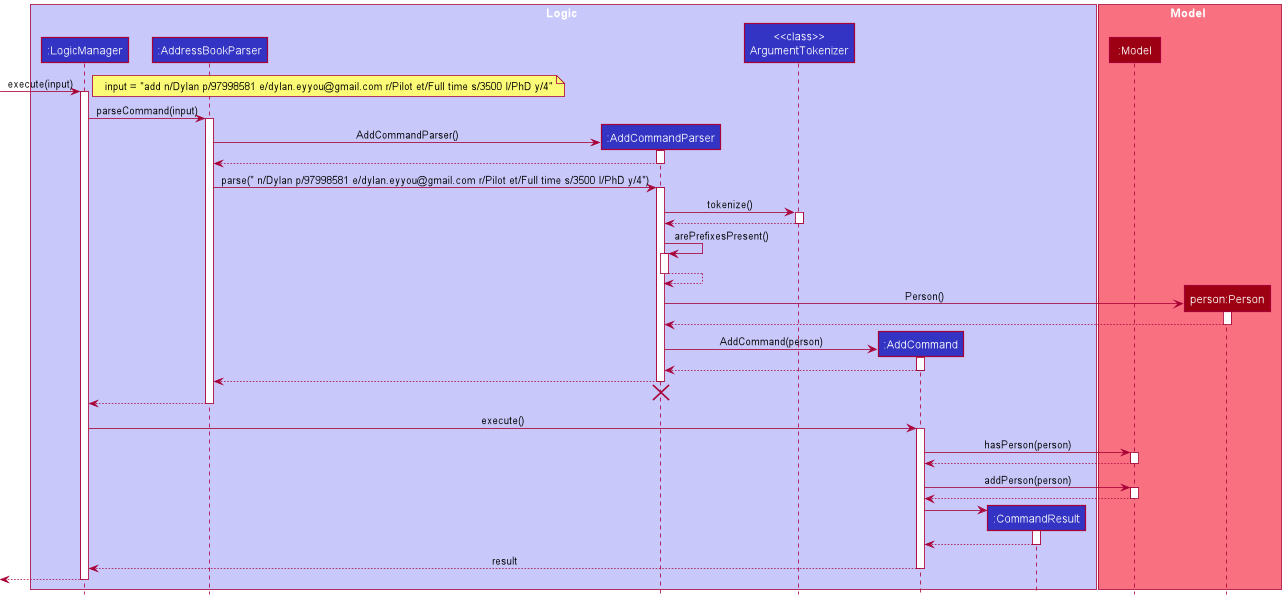
Before: docs/images/AddCommandSequenceDiagram.png, a diagram exported from PlantUML (nus-cs2103-AY2122S1/tp).
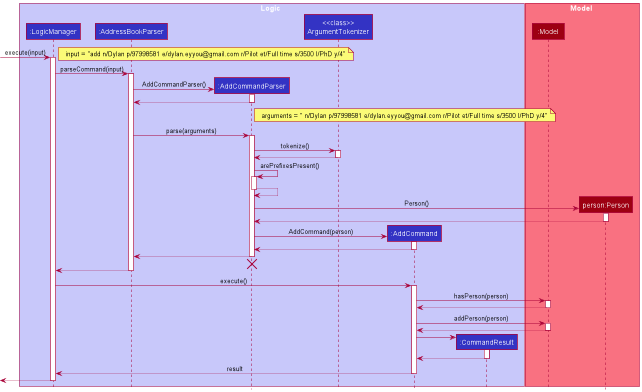
After the change.

Commit message:
Edit AddCommandSequenceDiagram UML

Diff of the diagram source:
```diff
@@ -29,7 +29,10 @@
 AddCommandParser --> AddressBookParser
 deactivate AddCommandParser
 
-AddressBookParser -> AddCommandParser : parse(" n/Dylan p/97998581 e/dylan.eyyou@gmail.com r/Pilot et/Full time s/3500 l/PhD y/4")
+AddCommandParser -[hidden]-> AddressBookParser: BUFFER_MESSAGE
+note right: arguments = " n/Dylan p/97998581 e/dylan.eyyou@gmail.com r/Pilot et/Full time s/3500 l/PhD y/4"
+
+AddressBookParser -> AddCommandParser : parse(arguments)
 activate AddCommandParser
 
 AddCommandParser -> ArgumentTokenizer : tokenize()
```
